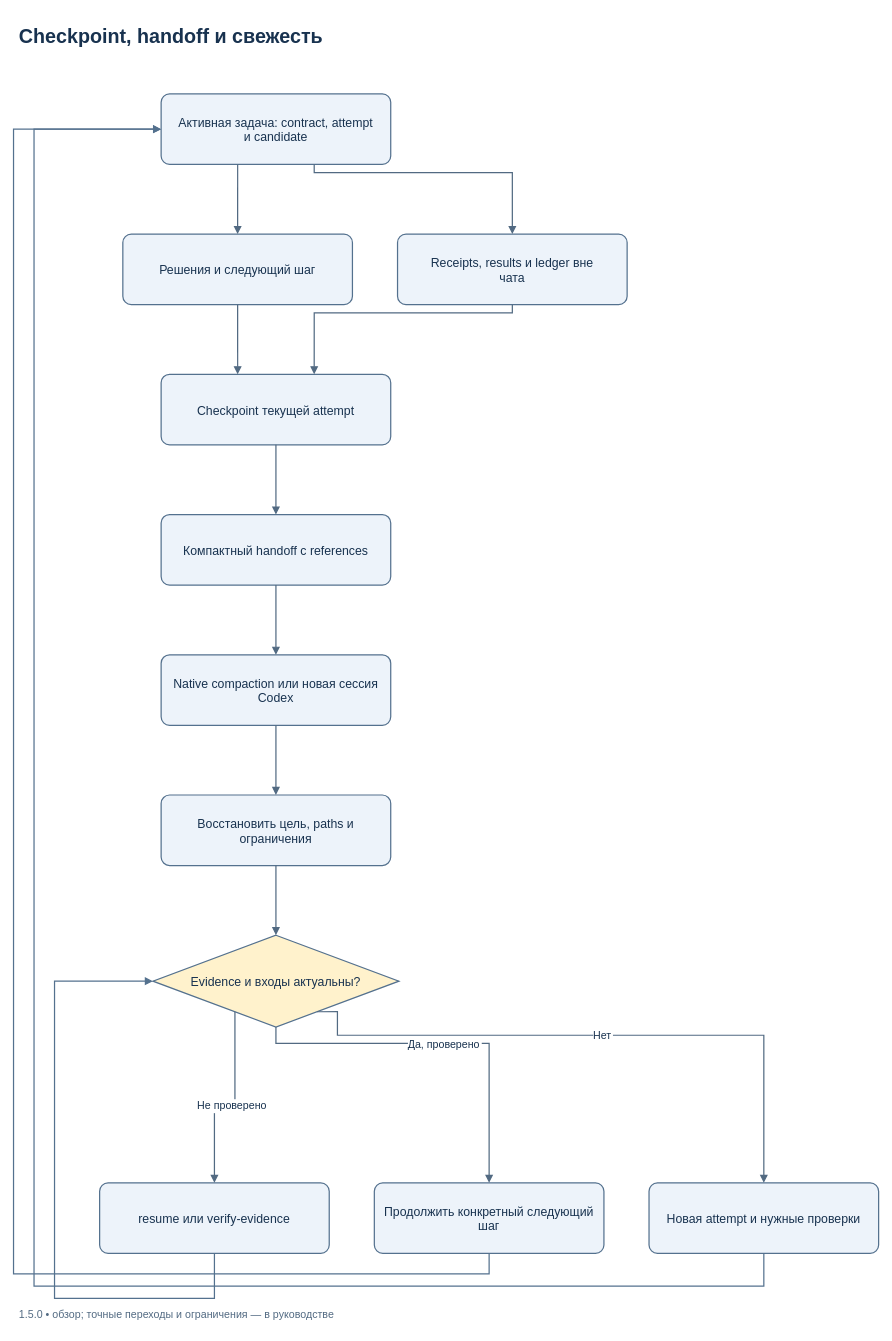
This is docs/diagrams/context-recovery.drawio from SUKUNA-AI/agent-harness, a draw.io file, before an edit. Source tidied: cells renumbered, new cells numbered last; positions are measured from the earlier drawing's top-left corner, leaving out a move shared by most shapes. Both pictures are drawn from the tidied source at 82%, with x=0, y=0 at pixel (13, 13).
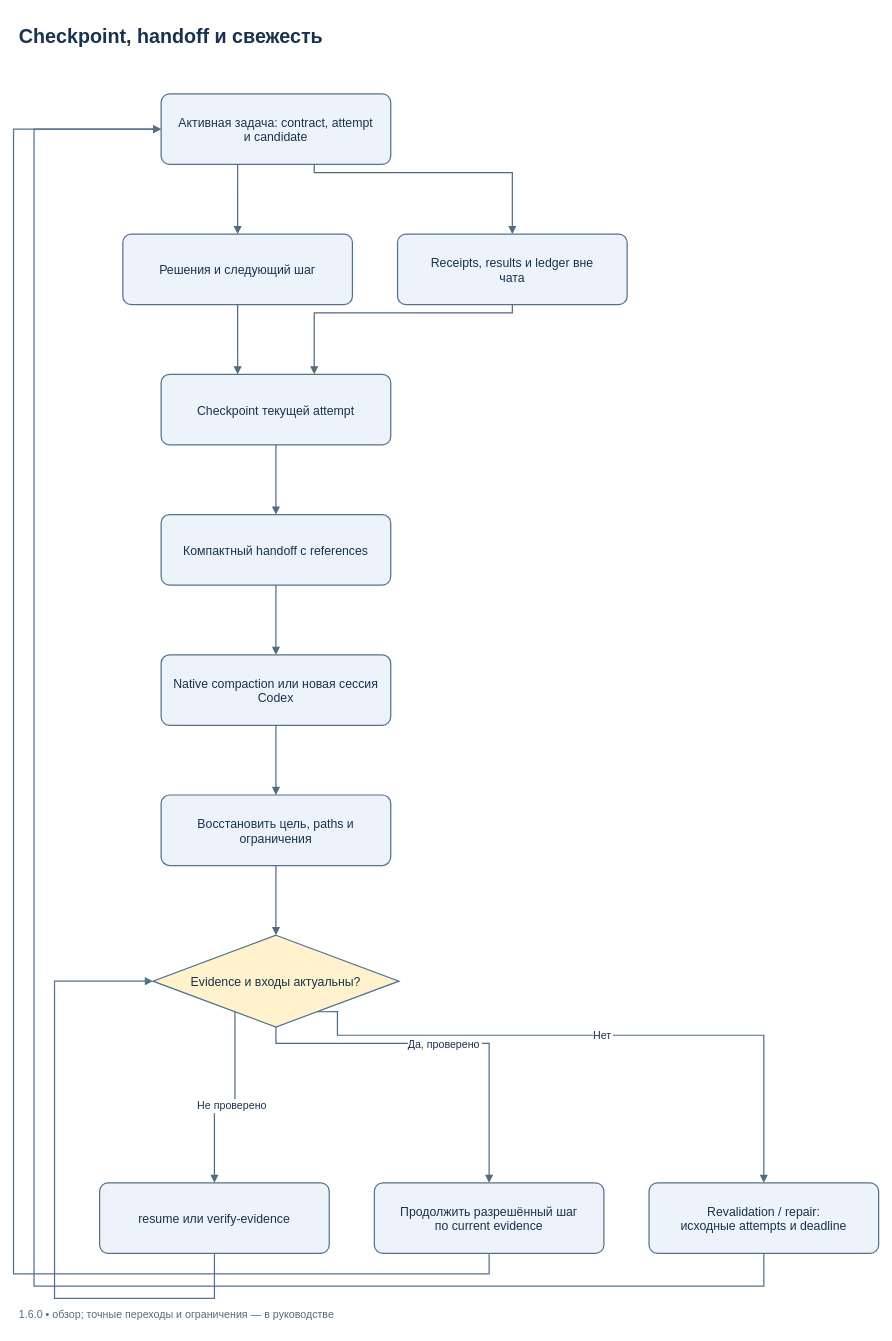
The same diagram, later.

Diff of the diagram source:
```diff
@@
-    <mxCell id="11" value="Продолжить конкретный следующий&#10;шаг" style="rounded=1;arcSize=12;whiteSpace=nowrap;html=0;align=center;verticalAlign=middle;fontFamily=Arial;fontSize=15;spacing=12;strokeWidth=1.5;strokeColor=#54718E;fillColor=#EDF3FA;fontColor=#18324F;" parent="1" vertex="1">
+    <mxCell id="11" value="Продолжить разрешённый шаг&#10;по current evidence" style="rounded=1;arcSize=12;whiteSpace=nowrap;html=0;align=center;verticalAlign=middle;fontFamily=Arial;fontSize=15;spacing=12;strokeWidth=1.5;strokeColor=#54718E;fillColor=#EDF3FA;fontColor=#18324F;" parent="1" vertex="1">
       <mxGeometry x="440" y="1426" width="280" height="86" as="geometry" />
     </mxCell>
-    <mxCell id="12" value="Новая attempt и нужные проверки" style="rounded=1;arcSize=12;whiteSpace=nowrap;html=0;align=center;verticalAlign=middle;fontFamily=Arial;fontSize=15;spacing=12;strokeWidth=1.5;strokeColor=#54718E;fillColor=#EDF3FA;fontColor=#18324F;" parent="1" vertex="1">
+    <mxCell id="12" value="Revalidation / repair:&#10;исходные attempts и deadline" style="rounded=1;arcSize=12;whiteSpace=nowrap;html=0;align=center;verticalAlign=middle;fontFamily=Arial;fontSize=15;spacing=12;strokeWidth=1.5;strokeColor=#54718E;fillColor=#EDF3FA;fontColor=#18324F;" parent="1" vertex="1">
       <mxGeometry x="775" y="1426" width="280" height="86" as="geometry" />
     </mxCell>
@@
-    <mxCell id="28" value="1.5.0 • обзор; точные переходы и ограничения — в руководстве" style="text;html=0;align=left;fontFamily=Arial;fontSize=13;fontColor=#526A82;" parent="1" vertex="1">
+    <mxCell id="28" value="1.6.0 • обзор; точные переходы и ограничения — в руководстве" style="text;html=0;align=left;fontFamily=Arial;fontSize=13;fontColor=#526A82;" parent="1" vertex="1">
       <mxGeometry x="5" y="1572" width="1050" height="30" as="geometry" />
     </mxCell>
```
